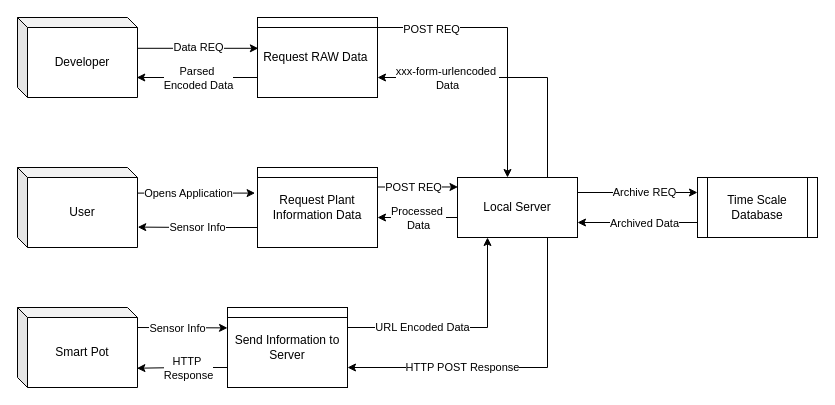
Before: Untitled Diagram.drawio in DhominickJ/aquaterra, a draw.io diagram. Source tidied: cells renumbered, new cells numbered last; positions are measured from the earlier drawing's top-left corner, leaving out a move shared by most shapes. Both pictures are drawn from the tidied source at 100%, with x=0, y=0 at pixel (17, 17).
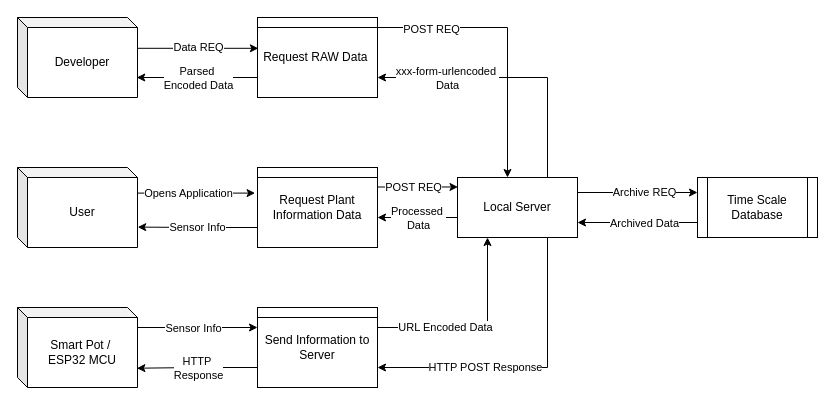
Above is the later version.

The edit, as a diff of the source:
```diff
@@
-    <mxCell id="10" value="Smart Pot" style="shape=cube;whiteSpace=wrap;html=1;boundedLbl=1;backgroundOutline=1;darkOpacity=0.05;darkOpacity2=0.1;size=10;" parent="1" vertex="1">
+    <mxCell id="10" value="Smart Pot /&amp;nbsp;&lt;div&gt;ESP32 MCU&lt;/div&gt;" style="shape=cube;whiteSpace=wrap;html=1;boundedLbl=1;backgroundOutline=1;darkOpacity=0.05;darkOpacity2=0.1;size=10;" parent="1" vertex="1">
       <mxGeometry y="290" width="120" height="80" as="geometry" />
     </mxCell>
@@
     <mxCell id="13" value="Send Information to Server" style="shape=internalStorage;whiteSpace=wrap;html=1;backgroundOutline=1;dx=0;dy=10;" parent="1" vertex="1">
-      <mxGeometry x="210" y="290" width="120" height="80" as="geometry" />
+      <mxGeometry x="240" y="290" width="120" height="80" as="geometry" />
     </mxCell>
-    <mxCell id="14" style="endArrow=classic;html=1;rounded=0;entryX=0;entryY=0.5;entryDx=0;entryDy=0;" parent="1" edge="1">
+    <mxCell id="14" style="endArrow=classic;html=1;rounded=0;entryX=0;entryY=0.25;entryDx=0;entryDy=0;" parent="1" edge="1" target="13">
       <mxGeometry relative="1" as="geometry">
         <mxPoint x="120" y="310" as="sourcePoint" />
-        <mxPoint x="210" y="310.4" as="targetPoint" />
       </mxGeometry>
     </mxCell>
```
